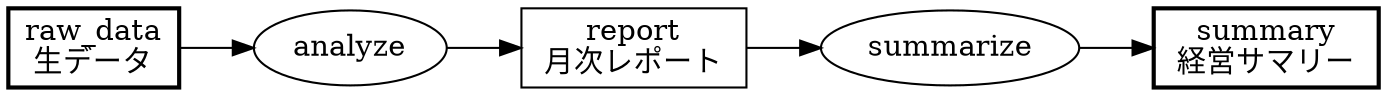
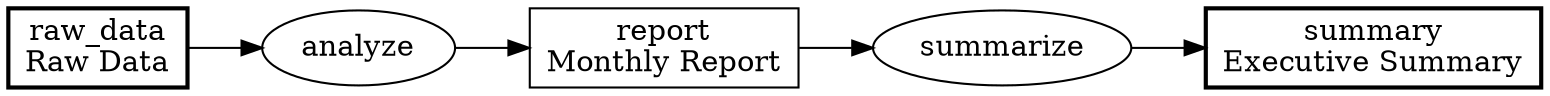
digraph PFDSL {
  rankdir=LR;
  newrank=true;

  "analyze" [shape=ellipse, label="analyze"];
-   "raw_data" [shape=box, label="raw_data\n生データ", width=1.10, penwidth="2"];
-   "report" [shape=box, label="report\n月次レポート", tooltip="月次レポート\nexternalStakeholders: 規制当局, 監査法人", width=1.50];
+   "raw_data" [shape=box, label="raw_data\nRaw Data", penwidth="2"];
+   "report" [shape=box, label="report\nMonthly Report", tooltip="Monthly Report\nexternalStakeholders: Regulatory Authority, Audit Firm"];
  "summarize" [shape=ellipse, label="summarize"];
-   "summary" [shape=box, label="summary\n経営サマリー", tooltip="経営サマリー\nexternalStakeholders: 経営層", width=1.50, penwidth="2"];
+   "summary" [shape=box, label="summary\nExecutive Summary", tooltip="Executive Summary\nexternalStakeholders: Management", penwidth="2"];

  "raw_data" -> "analyze";
  "analyze" -> "report";
  "report" -> "summarize";
  "summarize" -> "summary";
}
